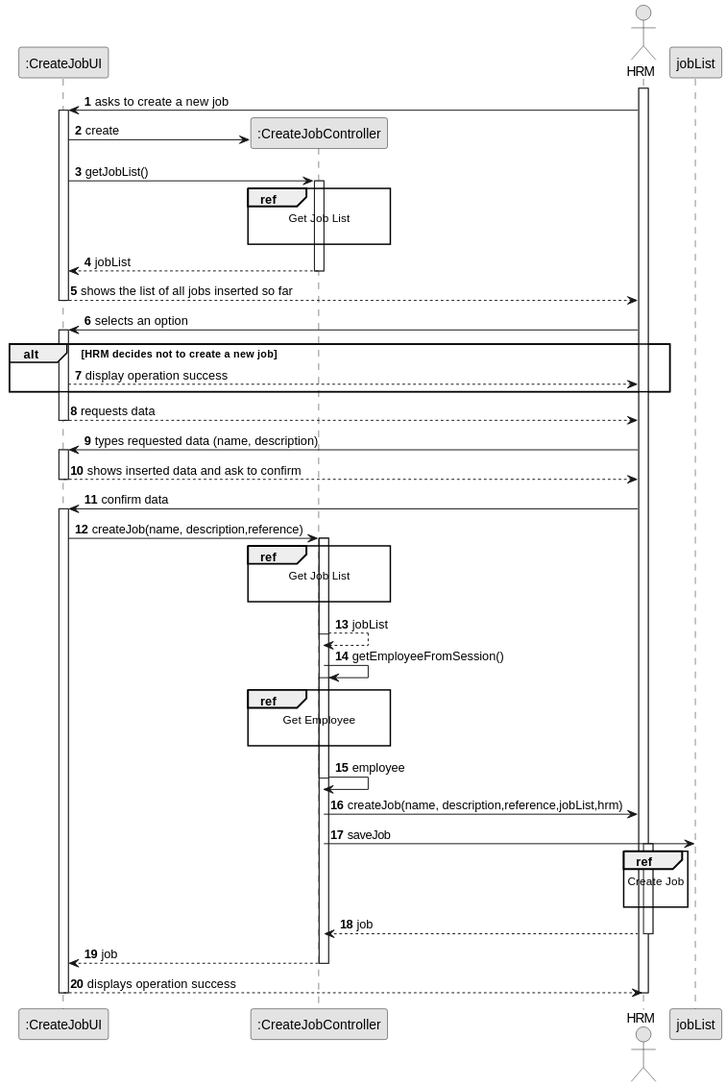
This is docs/sprintA&B/us002/03.design/svg/us002-sequence-diagram-full.svg from daniel41silva05/ISEP_2023_2024_LAPR2, a PlantUML export, as it was before one commit. Its diagram source:
```plantuml
@startuml
skinparam monochrome true
skinparam packageStyle rectangle
skinparam shadowing false

autonumber

actor "HRM" as HRM
participant ":CreateJobUI" as UI
participant ":CreateJobController" as CTRL
participant "hrm\n:HRM" as HRM
participant "jobList" as LIST

activate HRM

    HRM -> UI : asks to create a new job

    activate UI

        UI -> CTRL** : create
        UI -> CTRL : getJobList()
        ref over CTRL
            Get Job List

        end ref

        activate CTRL

            CTRL --> UI : jobList
        deactivate CTRL

        UI --> HRM : shows the list of all jobs inserted so far
    deactivate UI

    HRM -> UI : selects an option
    activate UI

    alt HRM decides not to create a new job
        UI --> HRM : display operation success
    end

        UI --> HRM : requests data
    deactivate UI

    HRM -> UI : types requested data (name, description)
    activate UI

        UI --> HRM : shows inserted data and ask to confirm
    deactivate UI

    HRM -> UI : confirm data
    activate UI

        UI -> CTRL : createJob(name, description,reference)
        activate CTRL

            activate CTRL

                ref over CTRL
                    Get Job List

                end ref

                CTRL --> CTRL : jobList
            deactivate CTRL

            CTRL -> CTRL : getEmployeeFromSession()
            activate CTRL

                ref over CTRL
                    Get Employee

                end ref
                CTRL -> CTRL : employee
            deactivate CTRL

            CTRL -> HRM: createJob(name, description,reference,jobList,hrm)

            CTRL -> LIST : saveJob

            activate HRM

                ref over HRM
                    Create Job

                end

                HRM --> CTRL : job
            deactivate HRM

            CTRL --> UI: job
            deactivate CTRL
            UI --> HRM: displays operation success
    deactivate UI

deactivate HRM
@enduml
```
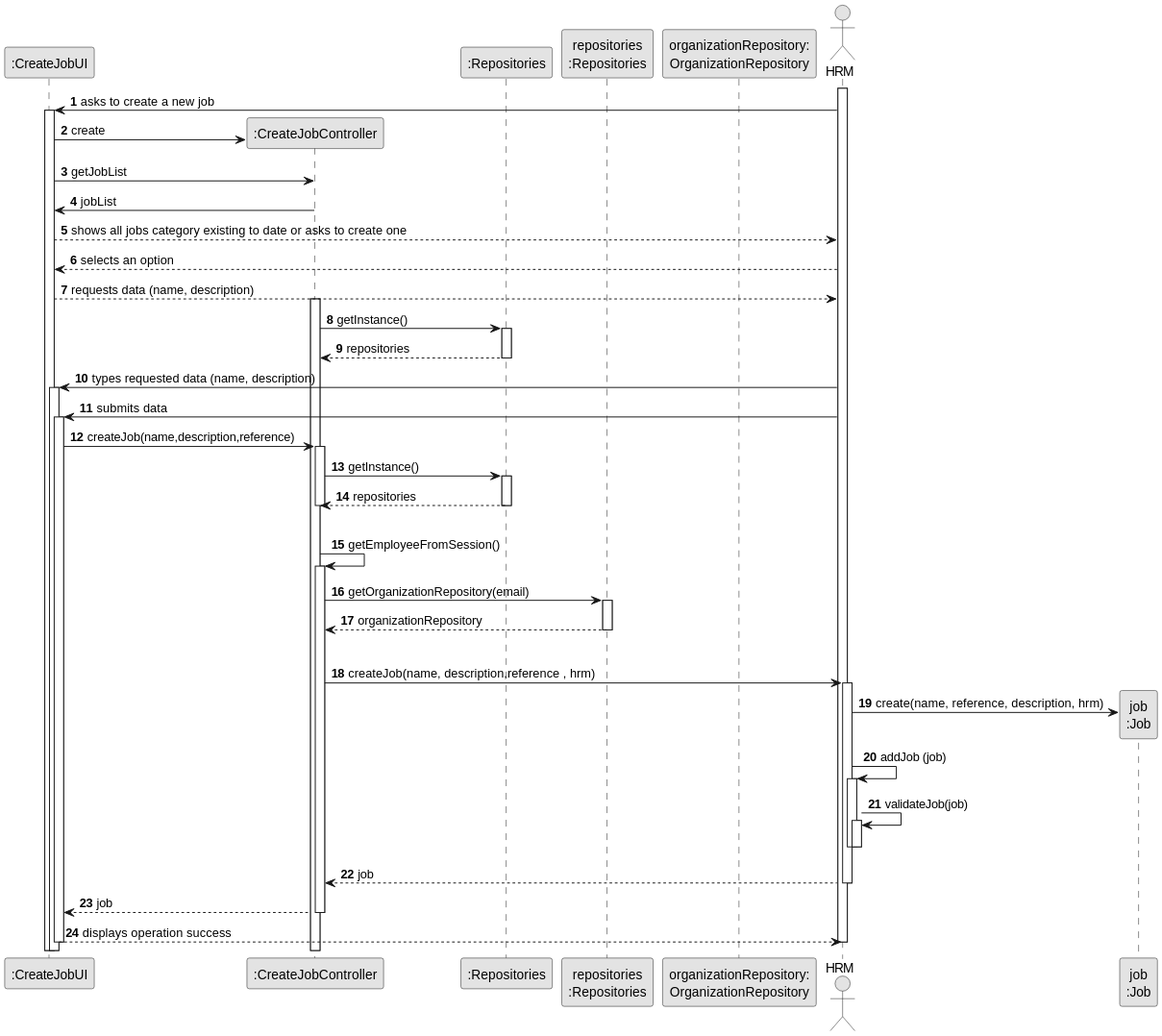
Later version of the same file.

What changed in the source:
```diff
@@ -3,89 +3,113 @@
 skinparam packageStyle rectangle
 skinparam shadowing false
 
+
 autonumber
+
 
 actor "HRM" as HRM
 participant ":CreateJobUI" as UI
 participant ":CreateJobController" as CTRL
+participant ":Repositories" as RepositorySingleton
+participant "repositories\n:Repositories" as PLAT
+participant "organizationRepository:\nOrganizationRepository" as OrganizationRepository
 participant "hrm\n:HRM" as HRM
-participant "jobList" as LIST
+participant "job\n:Job" as JOB
 
 activate HRM
 
-    HRM -> UI : asks to create a new job
+        HRM -> UI : asks to create a new job
 
-    activate UI
+        activate UI
 
-        UI -> CTRL** : create
-        UI -> CTRL : getJobList()
-        ref over CTRL
-            Get Job List
+            create CTRL
+            UI -> CTRL** : create
 
-        end ref
+            UI -> CTRL : getJobList
 
-        activate CTRL
+            CTRL -> UI : jobList
 
-            CTRL --> UI : jobList
-        deactivate CTRL
+            UI --> HRM : shows all jobs category existing to date or asks to create one
 
-        UI --> HRM : shows the list of all jobs inserted so far
-    deactivate UI
+            HRM --> UI : selects an option
 
-    HRM -> UI : selects an option
-    activate UI
+            UI --> HRM : requests data (name, description)
 
-    alt HRM decides not to create a new job
-        UI --> HRM : display operation success
-    end
+            activate CTRL
 
-        UI --> HRM : requests data
-    deactivate UI
+                CTRL -> RepositorySingleton : getInstance()
+                activate RepositorySingleton
+
+                    RepositorySingleton --> CTRL: repositories
+                deactivate RepositorySingleton
+
+
+
+
+
+
+
+
 
     HRM -> UI : types requested data (name, description)
     activate UI
 
-        UI --> HRM : shows inserted data and ask to confirm
-    deactivate UI
 
-    HRM -> UI : confirm data
+    HRM -> UI : submits data
     activate UI
 
-        UI -> CTRL : createJob(name, description,reference)
+        UI -> CTRL : createJob(name,description,reference)
         activate CTRL
 
-            activate CTRL
 
-                ref over CTRL
-                    Get Job List
+                CTRL -> RepositorySingleton : getInstance()
+                activate RepositorySingleton
 
-                end ref
+                    RepositorySingleton --> CTRL: repositories
+                deactivate RepositorySingleton
 
-                CTRL --> CTRL : jobList
+
+
             deactivate CTRL
 
+            |||
             CTRL -> CTRL : getEmployeeFromSession()
             activate CTRL
 
-                ref over CTRL
-                    Get Employee
 
-                end ref
-                CTRL -> CTRL : employee
-            deactivate CTRL
 
-            CTRL -> HRM: createJob(name, description,reference,jobList,hrm)
 
-            CTRL -> LIST : saveJob
 
+
+
+
+                CTRL -> PLAT: getOrganizationRepository(email)
+                activate PLAT
+
+                    PLAT --> CTRL: organizationRepository
+                deactivate PLAT
+
+
+
+
+
+            |||
+            CTRL -> HRM: createJob(name, description,reference ,  hrm)
             activate HRM
 
-                ref over HRM
-                    Create Job
+                HRM -> JOB**: create(name, reference, description,  hrm)
+                HRM -> HRM: addJob (job)
 
-                end
+
+                activate HRM
+                    HRM -> HRM: validateJob(job)
+                    activate HRM
+                    deactivate HRM
+
+                deactivate HRM
 
                 HRM --> CTRL : job
+
             deactivate HRM
 
             CTRL --> UI: job
```
